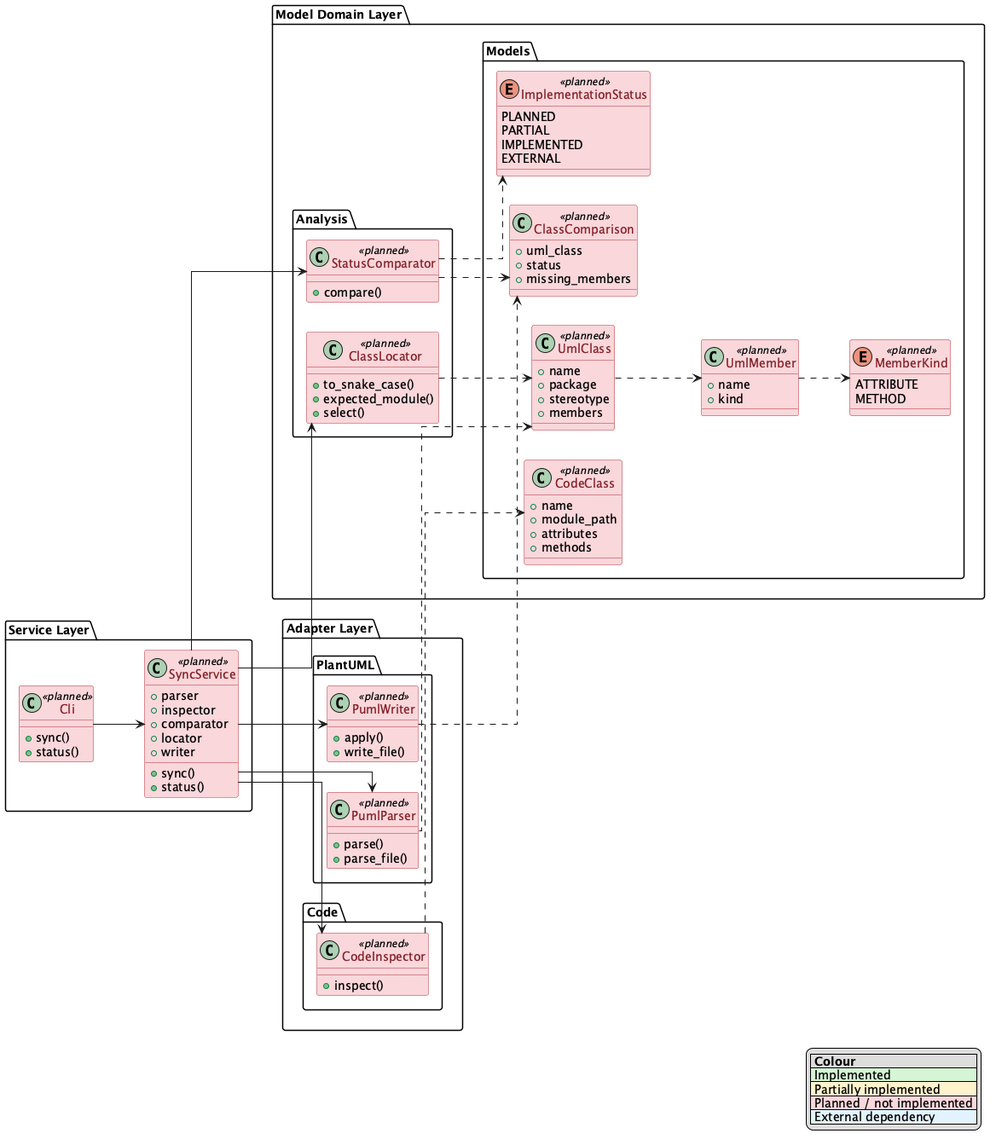
This is docs/class.png from GuilhermeCosta-Ferreira/ClassyPython, a PlantUML export, as it was before one commit.
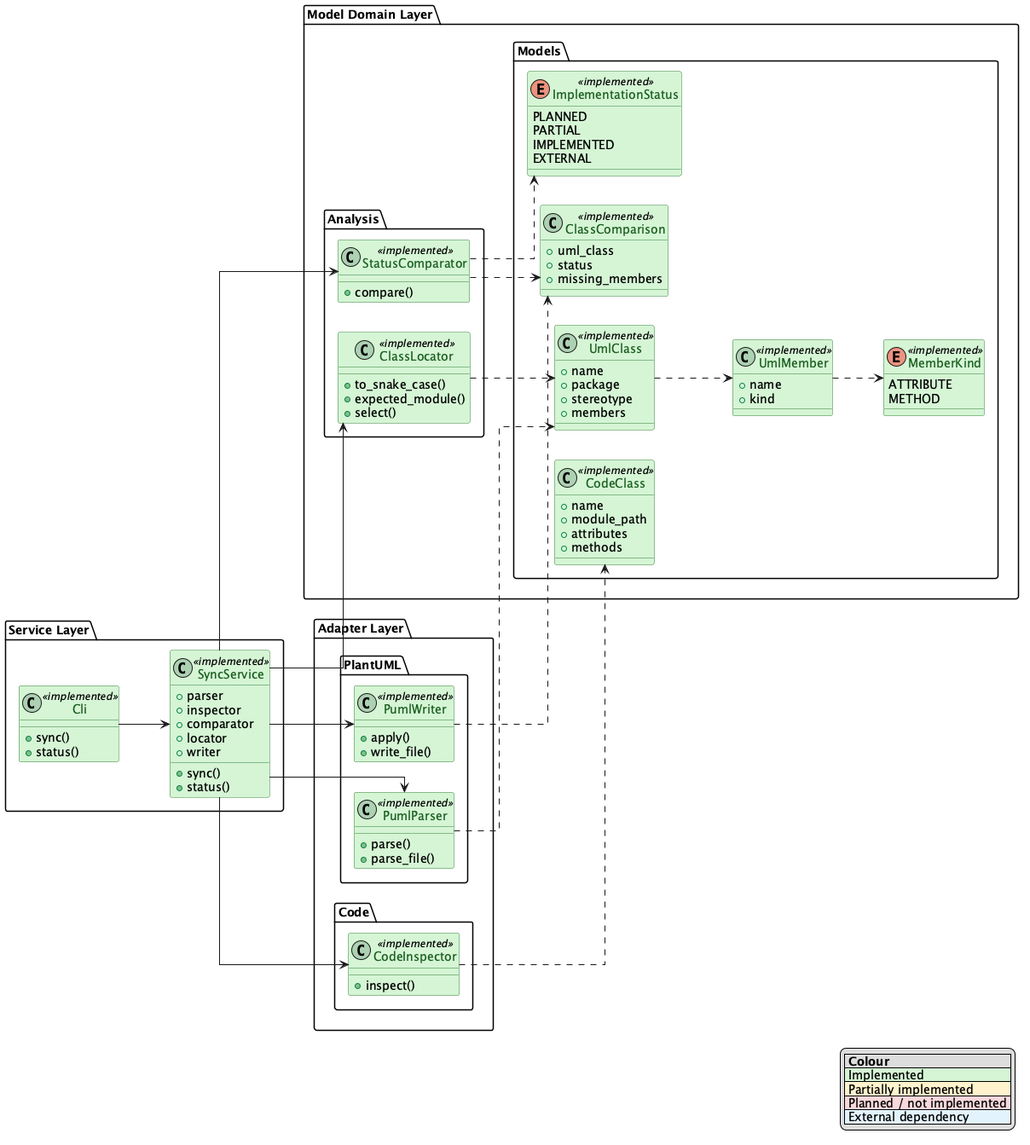
Above is the later version.

Commit message:
docs: sync class diagram to implemented state

Ran `classpy sync` on the repo itself; all 13 classes now resolve to
<<implemented>> and the diagram is re-rendered.

Change to the diagram source:
```diff
@@ -32,7 +32,7 @@
 
 
 package "Service Layer" {
-    class SyncService <<planned>> {
+    class SyncService <<implemented>> {
         +parser
         +inspector
         +comparator
@@ -43,7 +43,7 @@
     }
 
 
-    class Cli <<planned>> {
+    class Cli <<implemented>> {
         +sync()
         +status()
     }
@@ -55,7 +55,7 @@
 package "Model Domain Layer" {
 
     package "Models" {
-        enum ImplementationStatus <<planned>> {
+        enum ImplementationStatus <<implemented>> {
             PLANNED
             PARTIAL
             IMPLEMENTED
@@ -63,20 +63,20 @@
         }
 
 
-        enum MemberKind <<planned>> {
+        enum MemberKind <<implemented>> {
             ATTRIBUTE
             METHOD
         }
 
 
-        class UmlMember <<planned>> {
+        class UmlMember <<implemented>> {
             +name
             +kind
         }
         UmlMember ..> MemberKind
 
 
-        class UmlClass <<planned>> {
+        class UmlClass <<implemented>> {
             +name
             +package
             +stereotype
@@ -85,14 +85,14 @@
         UmlClass ..> UmlMember
 
 
-        class CodeClass <<planned>> {
+        class CodeClass <<implemented>> {
             +name
             +module_path
             +attributes
             +methods
         }
 
-        class ClassComparison <<planned>> {
+        class ClassComparison <<implemented>> {
             +uml_class
             +status
             +missing_members
@@ -101,13 +101,13 @@
 
     package "Analysis" {
 
-        class StatusComparator <<planned>> {
+        class StatusComparator <<implemented>> {
             +compare()
         }
         StatusComparator ..> ClassComparison
         StatusComparator ..> ImplementationStatus
 
-        class ClassLocator <<planned>> {
+        class ClassLocator <<implemented>> {
             +to_snake_case()
             +expected_module()
             +select()
@@ -122,13 +122,13 @@
 
     package "PlantUML" {
 
-        class PumlParser <<planned>> {
+        class PumlParser <<implemented>> {
             +parse()
             +parse_file()
         }
         PumlParser ..> UmlClass
 
-        class PumlWriter <<planned>> {
+        class PumlWriter <<implemented>> {
             +apply()
             +write_file()
         }
@@ -137,7 +137,7 @@
 
     package "Code" {
 
-        class CodeInspector <<planned>> {
+        class CodeInspector <<implemented>> {
             +inspect()
         }
         CodeInspector ..> CodeClass
```
